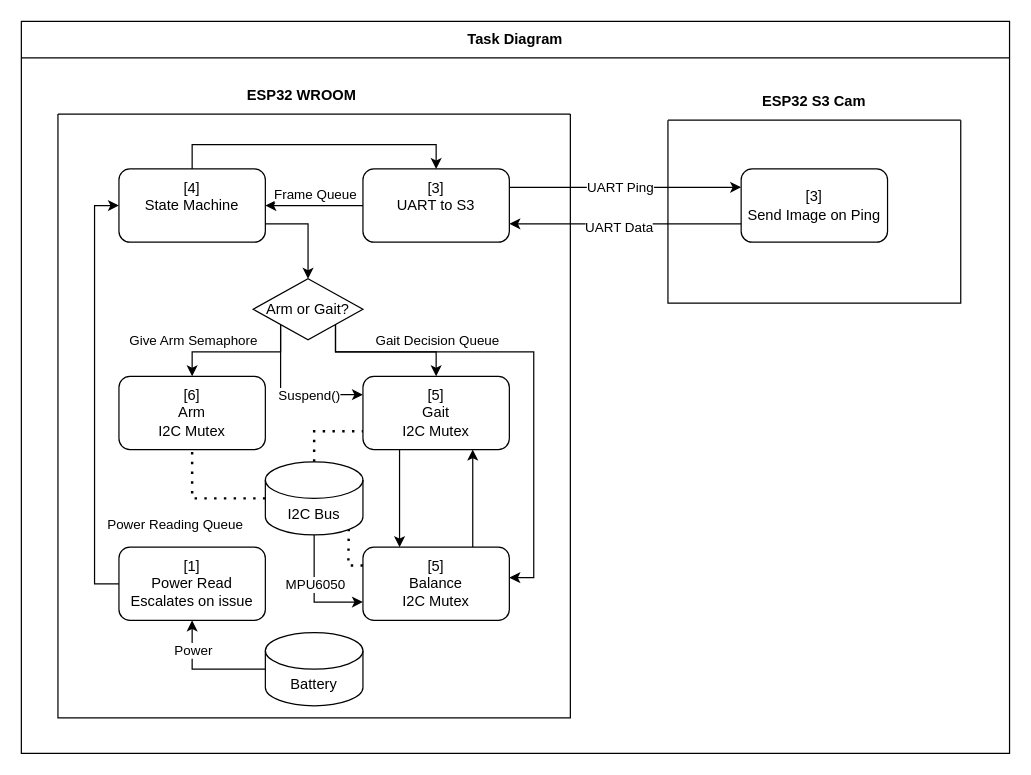
Before: diagrams/Task Diagram.drawio in vy038/Project_Talos, a draw.io diagram. Source tidied: cells renumbered, new cells numbered last; positions are measured from the earlier drawing's top-left corner, leaving out a move shared by most shapes. Both pictures are drawn from the tidied source at 122%, with x=0, y=0 at pixel (21, 21).
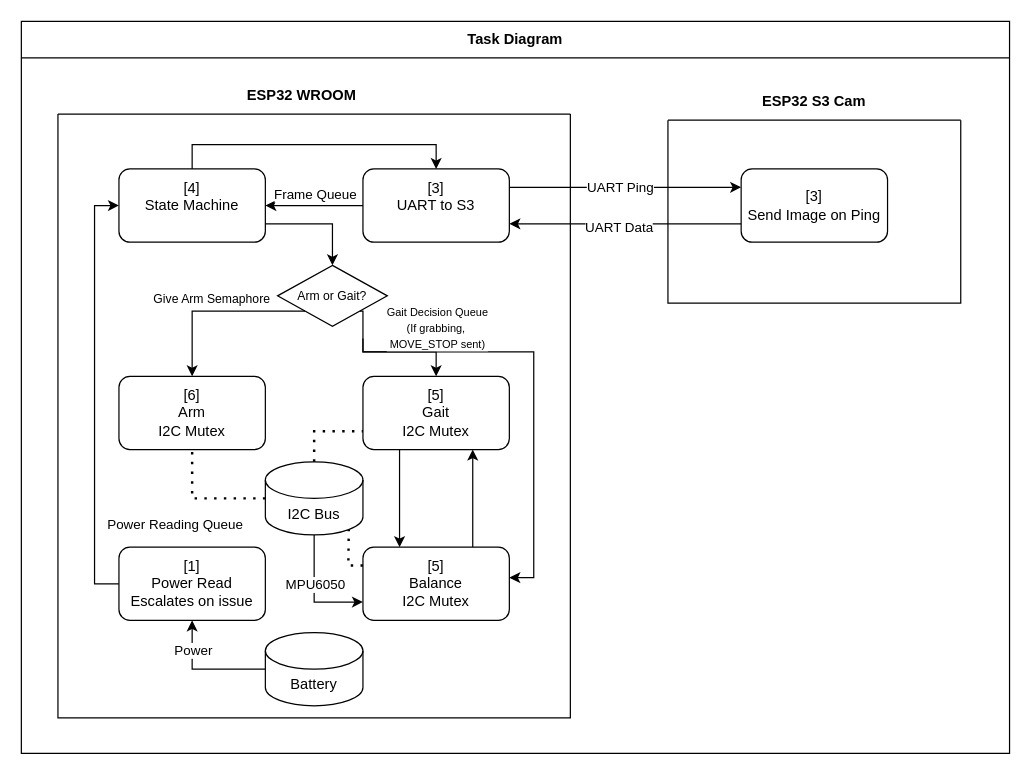
After the change.

The change refers to these unchanged cells:
```xml
<mxCell id="5" style="swimlane;startSize=0;" parent="2" vertex="1">
  <mxGeometry x="30" y="76" width="420" height="495" as="geometry" />
</mxCell>
<mxCell id="11" value="&lt;div&gt;[6]&lt;/div&gt;&lt;div&gt;Arm&lt;/div&gt;&lt;div&gt;I2C Mutex&lt;/div&gt;" style="rounded=1;whiteSpace=wrap;html=1;" parent="5" vertex="1">
  <mxGeometry x="50" y="215" width="120" height="60" as="geometry" />
</mxCell>
<mxCell id="25" value="&lt;div&gt;[5]&lt;/div&gt;&lt;div&gt;Gait&lt;/div&gt;&lt;div&gt;I2C Mutex&lt;/div&gt;" style="rounded=1;whiteSpace=wrap;html=1;" parent="5" vertex="1">
  <mxGeometry x="250" y="215" width="120" height="60" as="geometry" />
</mxCell>
```

Diff of the diagram source:
```diff
@@
-    <mxCell id="12" style="edgeStyle=orthogonalEdgeStyle;rounded=0;orthogonalLoop=1;jettySize=auto;html=1;exitX=1;exitY=1;exitDx=0;exitDy=0;entryX=1;entryY=0.5;entryDx=0;entryDy=0;" parent="5" edge="1">
+    <mxCell id="12" style="edgeStyle=orthogonalEdgeStyle;rounded=0;orthogonalLoop=1;jettySize=auto;html=1;entryX=1;entryY=0.5;entryDx=0;entryDy=0;" parent="5" edge="1">
       <mxGeometry relative="1" as="geometry">
-        <mxPoint x="227.5" y="167.5" as="sourcePoint" />
+        <mxPoint x="250" y="184" as="sourcePoint" />
         <mxPoint x="370" y="380" as="targetPoint" />
         <Array as="points">
-          <mxPoint x="228" y="195" />
+          <mxPoint x="250" y="184" />
+          <mxPoint x="250" y="195" />
           <mxPoint x="390" y="195" />
           <mxPoint x="390" y="380" />
         </Array>
       </mxGeometry>
     </mxCell>
-    <mxCell id="13" style="edgeStyle=orthogonalEdgeStyle;rounded=0;jettySize=auto;html=1;exitX=0;exitY=1;exitDx=0;exitDy=0;entryX=0;entryY=0.25;entryDx=0;entryDy=0;" parent="5" edge="1" source="15" target="25">
-      <mxGeometry relative="1" as="geometry" />
-    </mxCell>
-    <mxCell id="14" value="Suspend()" style="edgeLabel;html=1;align=center;verticalAlign=middle;" parent="13" vertex="1">
-      <mxGeometry x="0.07" relative="1" as="geometry">
-        <mxPoint x="13" as="offset" />
-      </mxGeometry>
-    </mxCell>
-    <mxCell id="15" value="Arm or Gait?" style="rhombus;whiteSpace=wrap;html=1;" parent="5" vertex="1">
-      <mxGeometry x="160" y="135" width="90" height="50" as="geometry" />
+    <mxCell id="15" value="&lt;font style=&quot;font-size: 10px;&quot;&gt;Arm or Gait?&lt;/font&gt;" style="rhombus;whiteSpace=wrap;html=1;" parent="5" vertex="1">
+      <mxGeometry x="180" y="124" width="90" height="50" as="geometry" />
     </mxCell>
@@
     <mxCell id="17" style="edgeStyle=orthogonalEdgeStyle;rounded=0;jettySize=auto;html=1;exitX=0;exitY=1;exitDx=0;exitDy=0;entryX=0.5;entryY=0;entryDx=0;entryDy=0;" parent="5" edge="1" source="15" target="11">
       <mxGeometry relative="1" as="geometry">
         <Array as="points">
-          <mxPoint x="183" y="195" />
-          <mxPoint x="110" y="195" />
+          <mxPoint x="110" y="161" />
         </Array>
       </mxGeometry>
     </mxCell>
-    <mxCell id="18" value="Give Arm Semaphore" style="edgeLabel;html=1;align=center;verticalAlign=middle;" parent="17" vertex="1">
-      <mxGeometry x="-0.01" y="2" relative="1" as="geometry">
-        <mxPoint x="-38" y="-12" as="offset" />
+    <mxCell id="18" value="&lt;font style=&quot;font-size: 10px;&quot;&gt;Give Arm Semaphore&lt;/font&gt;" style="edgeLabel;html=1;align=center;verticalAlign=middle;" parent="17" vertex="1">
+      <mxGeometry x="-0.35" y="1" relative="1" as="geometry">
+        <mxPoint x="-30" y="-12" as="offset" />
       </mxGeometry>
     </mxCell>
@@
     <mxCell id="26" style="edgeStyle=orthogonalEdgeStyle;rounded=0;jettySize=auto;html=1;exitX=1;exitY=1;exitDx=0;exitDy=0;entryX=0.5;entryY=0;entryDx=0;entryDy=0;" parent="5" edge="1" source="15" target="25">
       <mxGeometry relative="1" as="geometry">
         <Array as="points">
-          <mxPoint x="227" y="195" />
+          <mxPoint x="250" y="162" />
+          <mxPoint x="250" y="195" />
           <mxPoint x="310" y="195" />
         </Array>
       </mxGeometry>
     </mxCell>
-    <mxCell id="27" value="Gait Decision Queue" style="edgeLabel;html=1;align=center;verticalAlign=middle;" parent="26" vertex="1">
+    <mxCell id="27" value="&lt;font style=&quot;font-size: 9px;&quot;&gt;Gait Decision Queue&lt;br&gt;(If grabbing,&amp;nbsp;&lt;br&gt;MOVE_STOP sent)&lt;/font&gt;" style="edgeLabel;html=1;align=center;verticalAlign=middle;" parent="26" vertex="1">
       <mxGeometry x="0.81" relative="1" as="geometry">
-        <mxPoint y="-18" as="offset" />
+        <mxPoint y="-30" as="offset" />
       </mxGeometry>
     </mxCell>
```
